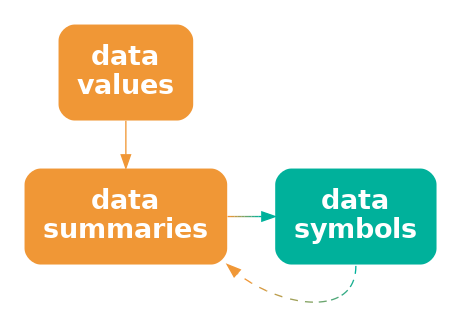
This is Diagrams/stat-sym-decode.png from pmur002/hdvw, a Graphviz export, as it was before one commit. Its source is kept beside it as Diagrams/stat-sym-decode.dot.
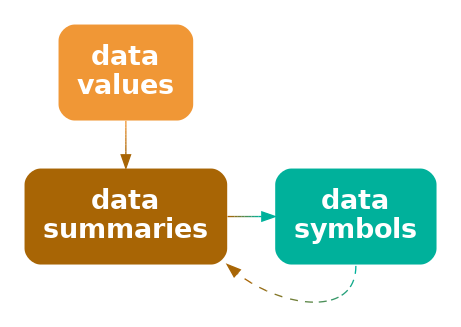
Later version of the same file.

Diff of the diagram source:
```diff
@@ -2,11 +2,11 @@
   graph [ rankdir=LR; margin=.2; nodesep=.5 ];
   node [ fontsize=20; fontname="sans bold"; margin=.2 ];
   data [ label="data\nvalues"; shape=box; style="filled, rounded"; penwidth=0; fontcolor=white; fillcolor="#F09736" ]
-  stat [ label="data\nsummaries"; shape=box; style="filled, rounded"; penwidth=0; fontcolor=white; fillcolor="#F09736" ]
+  stat [ label="data\nsummaries"; shape=box; style="filled, rounded"; penwidth=0; fontcolor=white; fillcolor="#A86505" ]
   sym [ label="data\nsymbols"; shape=box;
      style="filled, rounded"; penwidth=0; fontcolor=white; fillcolor="#00B19B" ]
-  data -> stat [ color="#F09736" ]
-  stat -> sym [ color="#F09736;0.1:#D59A41;0.1:#BB9D4C;0.1:#A0A058;0.1:#85A363;0.1:#6BA56E;0.1:#50A879;0.1:#35AB85;0.1:#1BAE90;0.1:#00B19B;0.1" ]
-  sym:s -> stat:se [ style="dashed", color="#00B19B;0.1:#1BAE90;0.1:#35AB85;0.1:#50A879;0.1:#6BA56E;0.1:#85A363;0.1:#A0A058;0.1:#BB9D4C;0.1:#D59A41;0.1:#F09736;0.1" ]
+  data -> stat [ color="#F09736;0.1:#E89131;0.1:#E08C2B;0.1:#D88626;0.1:#D08120;0.1:#C87B1B;0.1:#C07615;0.1:#B87010;0.1:#B06B0A;0.1:#A86505;0.1" ]
+  stat -> sym [ color="#A86505;0.1:#956D16;0.1:#837626;0.1:#707E37;0.1:#5D8748;0.1:#4B8F58;0.1:#389869;0.1:#25A07A;0.1:#13A98A;0.1:#00B19B;0.1" ]
+  sym:s -> stat:se [ style="dashed", color="#00B19B;0.1:#13A98A;0.1:#25A07A;0.1:#389869;0.1:#4B8F58;0.1:#5D8748;0.1:#707E37;0.1:#837626;0.1:#956D16;0.1:#A86505;0.1" ]
 { rank=same; data, stat }
 }
```
